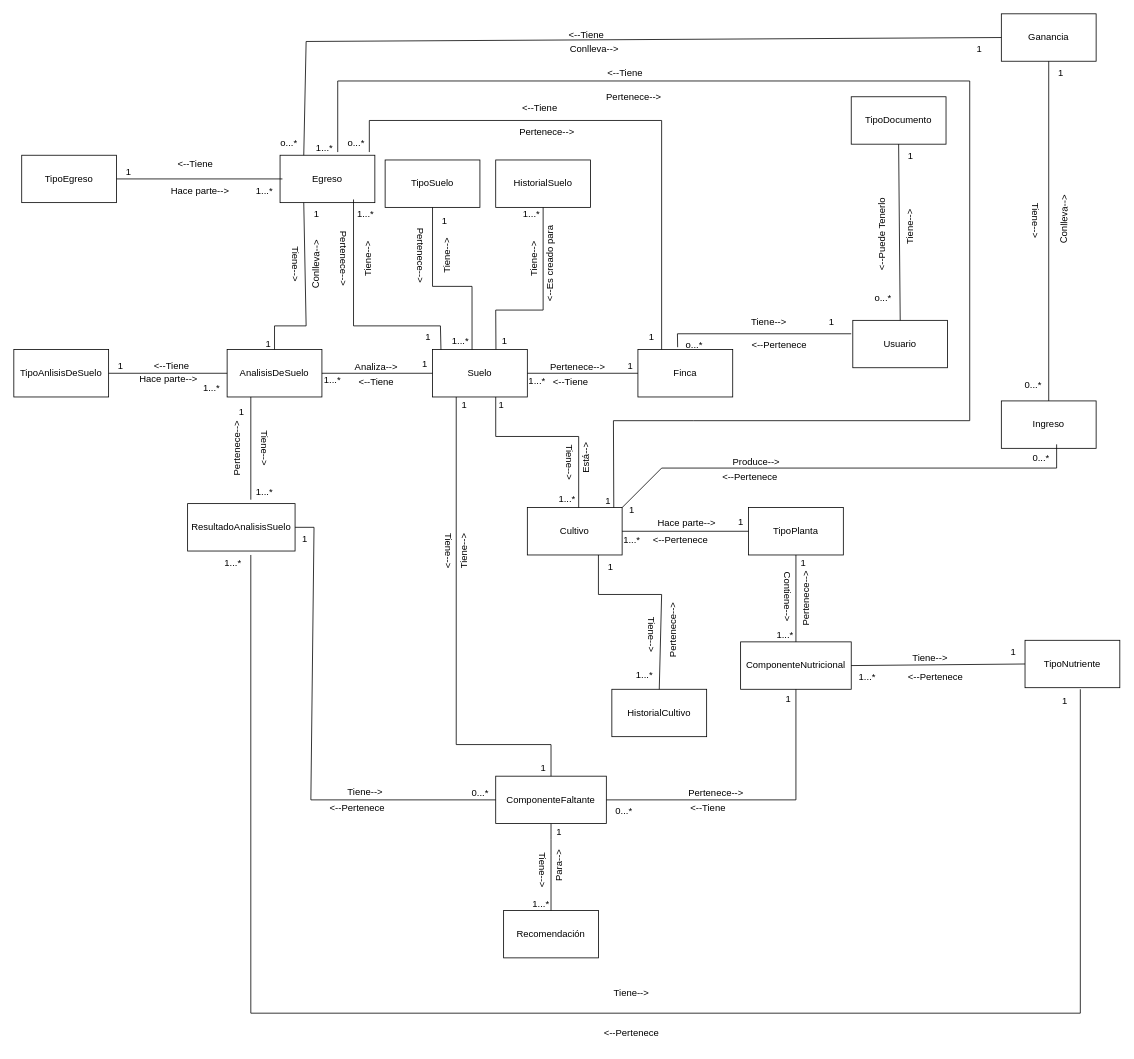
The draw.io diagram CropScan.drawio in 1193090526alexander/IngenieriaDeSotwareII, before the edit. Source tidied: cells renumbered, new cells numbered last; positions are measured from the earlier drawing's top-left corner, leaving out a move shared by most shapes. Both pictures are drawn from the tidied source at 79%, with x=0, y=0 at pixel (13, 13).
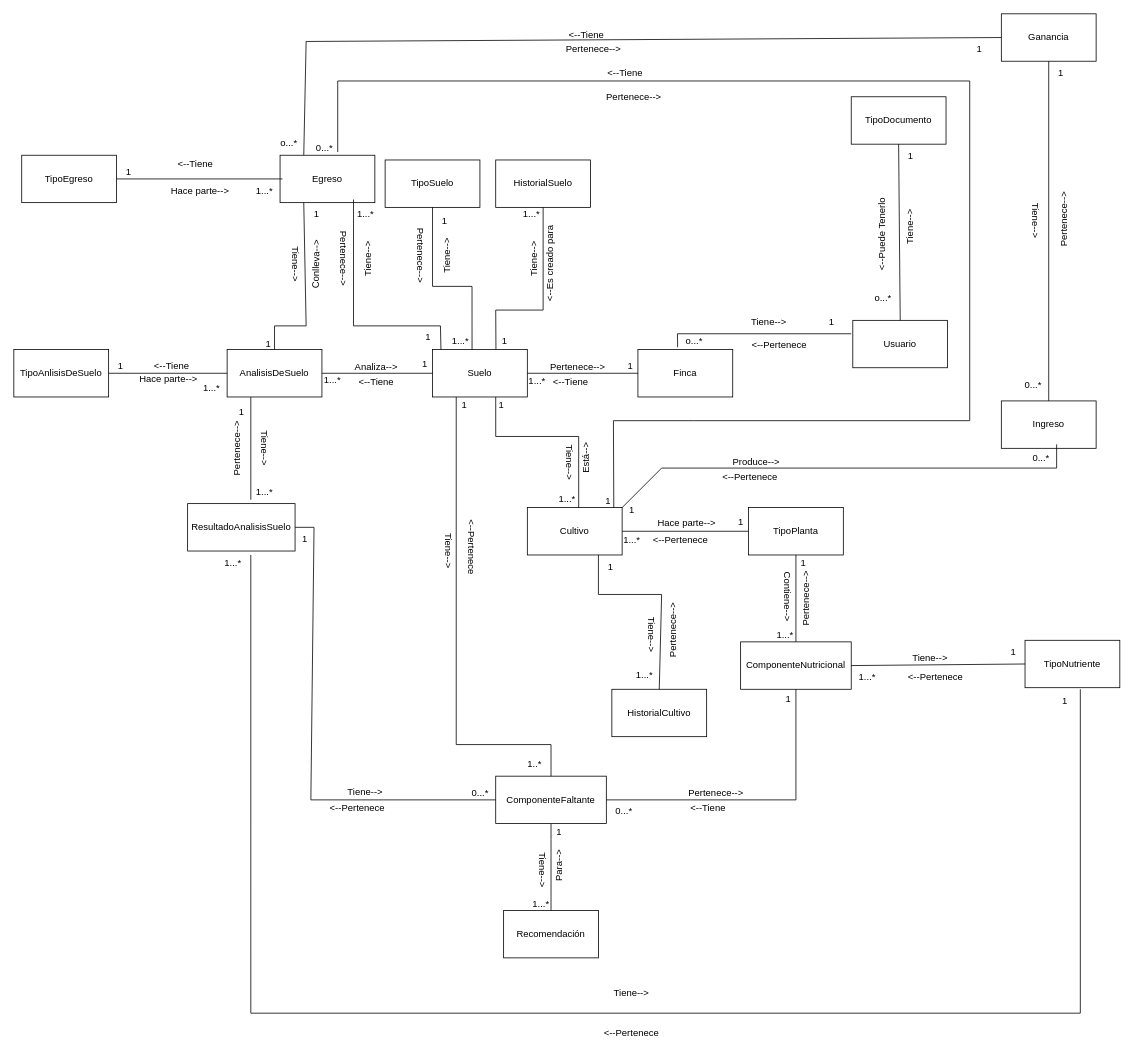
The same page after the edit.

The change refers to these unchanged cells:
```xml
<mxCell id="8" value="Finca" style="rounded=0;whiteSpace=wrap;html=1;" parent="1" vertex="1">
  <mxGeometry x="790" y="425" width="120" height="60" as="geometry" />
</mxCell>
```

What changed in the source:
```diff
@@
     <mxCell id="41" value="o...*" style="text;html=1;align=center;verticalAlign=middle;strokeColor=none;fillColor=none;" parent="1" vertex="1">
-      <mxGeometry x="841" y="405" width="40" height="30" as="geometry" />
+      <mxGeometry x="841" y="399" width="40" height="30" as="geometry" />
     </mxCell>
@@
-    <mxCell id="62" value="1...*" style="text;html=1;align=center;verticalAlign=middle;strokeColor=none;fillColor=none;" parent="1" vertex="1">
+    <mxCell id="62" value="0...*" style="text;html=1;align=center;verticalAlign=middle;strokeColor=none;fillColor=none;" parent="1" vertex="1">
       <mxGeometry x="373" y="155" width="40" height="30" as="geometry" />
     </mxCell>
@@
-    <mxCell id="77" value="Conlleva--&amp;gt;" style="text;html=1;strokeColor=none;fillColor=none;align=center;verticalAlign=middle;whiteSpace=wrap;rounded=0;rotation=-89;" parent="1" vertex="1">
-      <mxGeometry x="1290" y="245" width="80" height="30" as="geometry" />
-    </mxCell>
@@
-    <mxCell id="81" value="Conlleva--&amp;gt;" style="text;html=1;strokeColor=none;fillColor=none;align=center;verticalAlign=middle;whiteSpace=wrap;rounded=0;rotation=0;" parent="1" vertex="1">
-      <mxGeometry x="695" y="30" width="80" height="30" as="geometry" />
-    </mxCell>
@@
-    <mxCell id="96" value="Tiene--&amp;gt;" style="text;html=1;strokeColor=none;fillColor=none;align=center;verticalAlign=middle;whiteSpace=wrap;rounded=0;rotation=-90;" parent="1" vertex="1">
-      <mxGeometry x="530" y="665" width="80" height="30" as="geometry" />
-    </mxCell>
@@
-    <mxCell id="98" value="1" style="text;html=1;align=center;verticalAlign=middle;strokeColor=none;fillColor=none;" parent="1" vertex="1">
-      <mxGeometry x="655" y="940" width="30" height="30" as="geometry" />
+    <mxCell id="98" value="1..*" style="text;html=1;align=center;verticalAlign=middle;strokeColor=none;fillColor=none;" parent="1" vertex="1">
+      <mxGeometry x="639" y="935" width="40" height="30" as="geometry" />
     </mxCell>
@@
-    <mxCell id="138" style="endArrow=none;html=1;rounded=0;entryX=0.25;entryY=0;entryDx=0;entryDy=0;" parent="1" edge="1" target="8">
-      <mxGeometry relative="1" as="geometry">
-        <mxPoint x="450" y="175" as="sourcePoint" />
-        <Array as="points">
-          <mxPoint x="450" y="135" />
-          <mxPoint x="820" y="135" />
-        </Array>
-      </mxGeometry>
-    </mxCell>
-    <mxCell id="139" value="1" style="text;html=1;align=center;verticalAlign=middle;strokeColor=none;fillColor=none;" parent="1" vertex="1">
-      <mxGeometry x="792" y="395" width="30" height="30" as="geometry" />
-    </mxCell>
-    <mxCell id="140" value="&amp;lt;--Tiene" style="text;html=1;strokeColor=none;fillColor=none;align=center;verticalAlign=middle;whiteSpace=wrap;rounded=0;" parent="1" vertex="1">
-      <mxGeometry x="636" y="105" width="60" height="30" as="geometry" />
-    </mxCell>
-    <mxCell id="141" value="Pertenece--&amp;gt;" style="text;html=1;strokeColor=none;fillColor=none;align=center;verticalAlign=middle;whiteSpace=wrap;rounded=0;" parent="1" vertex="1">
-      <mxGeometry x="635" y="135" width="80" height="30" as="geometry" />
-    </mxCell>
-    <mxCell id="142" value="o...*" style="text;html=1;align=center;verticalAlign=middle;strokeColor=none;fillColor=none;" parent="1" vertex="1">
-      <mxGeometry x="413" y="149" width="40" height="30" as="geometry" />
-    </mxCell>
@@
+    <mxCell id="152" value="&amp;lt;--Pertenece" style="text;html=1;strokeColor=none;fillColor=none;align=center;verticalAlign=middle;whiteSpace=wrap;rounded=0;rotation=90;" parent="1" vertex="1">
+      <mxGeometry x="530" y="660" width="100" height="30" as="geometry" />
+    </mxCell>
+    <mxCell id="141" value="Pertenece--&amp;gt;" style="text;html=1;strokeColor=none;fillColor=none;align=center;verticalAlign=middle;whiteSpace=wrap;rounded=0;" parent="1" vertex="1">
+      <mxGeometry x="694" y="30" width="80" height="30" as="geometry" />
+    </mxCell>
+    <mxCell id="153" value="Pertenece--&amp;gt;" style="text;html=1;strokeColor=none;fillColor=none;align=center;verticalAlign=middle;whiteSpace=wrap;rounded=0;rotation=270;" parent="1" vertex="1">
+      <mxGeometry x="1290" y="245" width="80" height="30" as="geometry" />
+    </mxCell>
```
